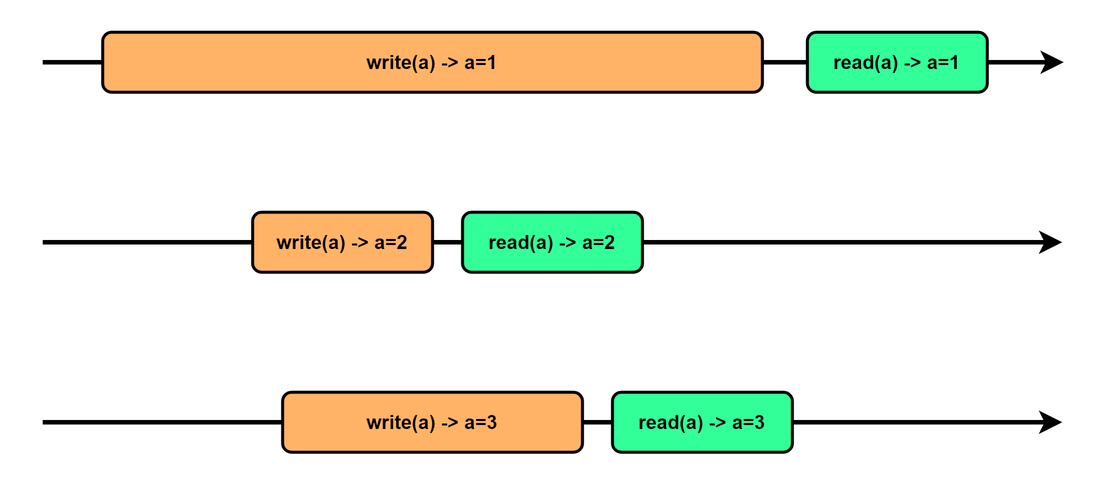
Above: rpc/sequential.png in maling-one/img (draw.io), before the change. Source tidied: cells renumbered, new cells last; positions are measured from the earlier drawing's top-left corner, leaving out a move shared by most shapes.
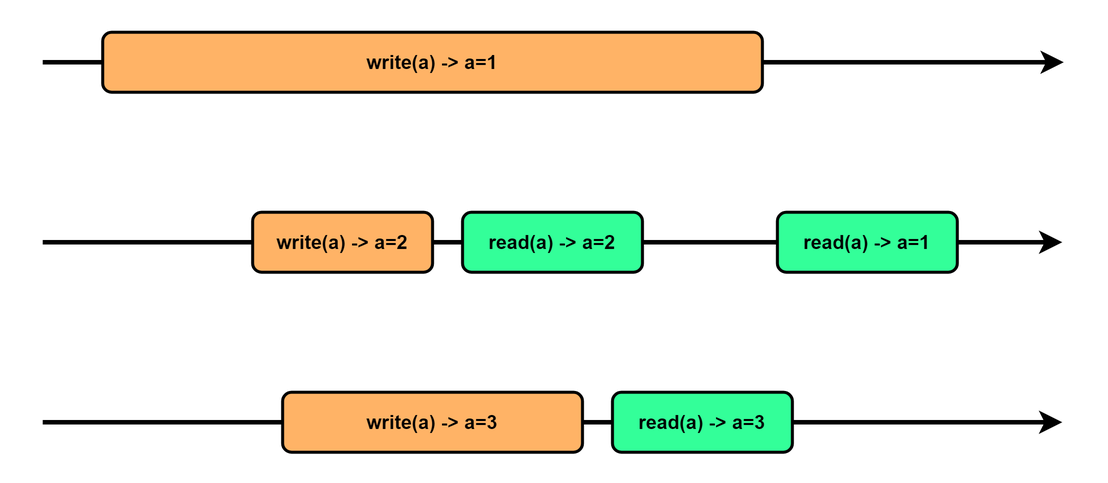
The same diagram one commit later.

Change to the diagram source:
```diff
@@ -7,7 +7,7 @@
         <mxPoint x="681" y="20" as="targetPoint" />
       </mxGeometry>
     </mxCell>
-    <mxCell id="3" style="endArrow=classic;html=1;strokeWidth=3;startArrow=none;" parent="1" edge="1" source="7">
+    <mxCell id="3" style="endArrow=classic;html=1;strokeWidth=3;startArrow=none;" parent="1" edge="1" source="12">
       <mxGeometry relative="1" as="geometry">
         <mxPoint x="680" y="140" as="targetPoint" />
       </mxGeometry>
@@ -37,14 +37,17 @@
     <mxCell id="9" value="&lt;b&gt;&lt;font style=&quot;font-size: 13px&quot;&gt;write(a) -&amp;gt; a=3&lt;/font&gt;&lt;/b&gt;" style="rounded=1;whiteSpace=wrap;html=1;fillColor=#FFB366;" parent="1" vertex="1">
       <mxGeometry x="160" y="240" width="200" height="40" as="geometry" />
     </mxCell>
-    <mxCell id="10" value="&lt;b&gt;&lt;font style=&quot;font-size: 13px&quot;&gt;read(a) -&amp;gt; a=2&lt;/font&gt;&lt;/b&gt;" style="rounded=1;whiteSpace=wrap;html=1;fillColor=#33FF99;" parent="1" vertex="1">
-      <mxGeometry x="280" y="120" width="120" height="40" as="geometry" />
-    </mxCell>
     <mxCell id="11" value="&lt;b&gt;&lt;font style=&quot;font-size: 13px&quot;&gt;read(a) -&amp;gt; a=3&lt;/font&gt;&lt;/b&gt;" style="rounded=1;whiteSpace=wrap;html=1;fillColor=#33FF99;" parent="1" vertex="1">
       <mxGeometry x="380" y="240" width="120" height="40" as="geometry" />
     </mxCell>
     <mxCell id="12" value="&lt;b&gt;&lt;font style=&quot;font-size: 13px&quot;&gt;read(a) -&amp;gt; a=1&lt;/font&gt;&lt;/b&gt;" style="rounded=1;whiteSpace=wrap;html=1;fillColor=#33FF99;" parent="1" vertex="1">
-      <mxGeometry x="510" width="120" height="40" as="geometry" />
+      <mxGeometry x="490" y="120" width="120" height="40" as="geometry" />
     </mxCell>
+    <mxCell id="13" style="endArrow=none;html=1;strokeWidth=3;startArrow=none;" parent="1" edge="1" source="7" target="12">
+      <mxGeometry relative="1" as="geometry" />
+    </mxCell>
+    <mxCell id="10" value="&lt;b&gt;&lt;font style=&quot;font-size: 13px&quot;&gt;read(a) -&amp;gt; a=2&lt;/font&gt;&lt;/b&gt;" style="rounded=1;whiteSpace=wrap;html=1;fillColor=#33FF99;" parent="1" vertex="1">
+      <mxGeometry x="280" y="120" width="120" height="40" as="geometry" />
+    </mxCell>
   </root>
 </mxGraphModel>
```
